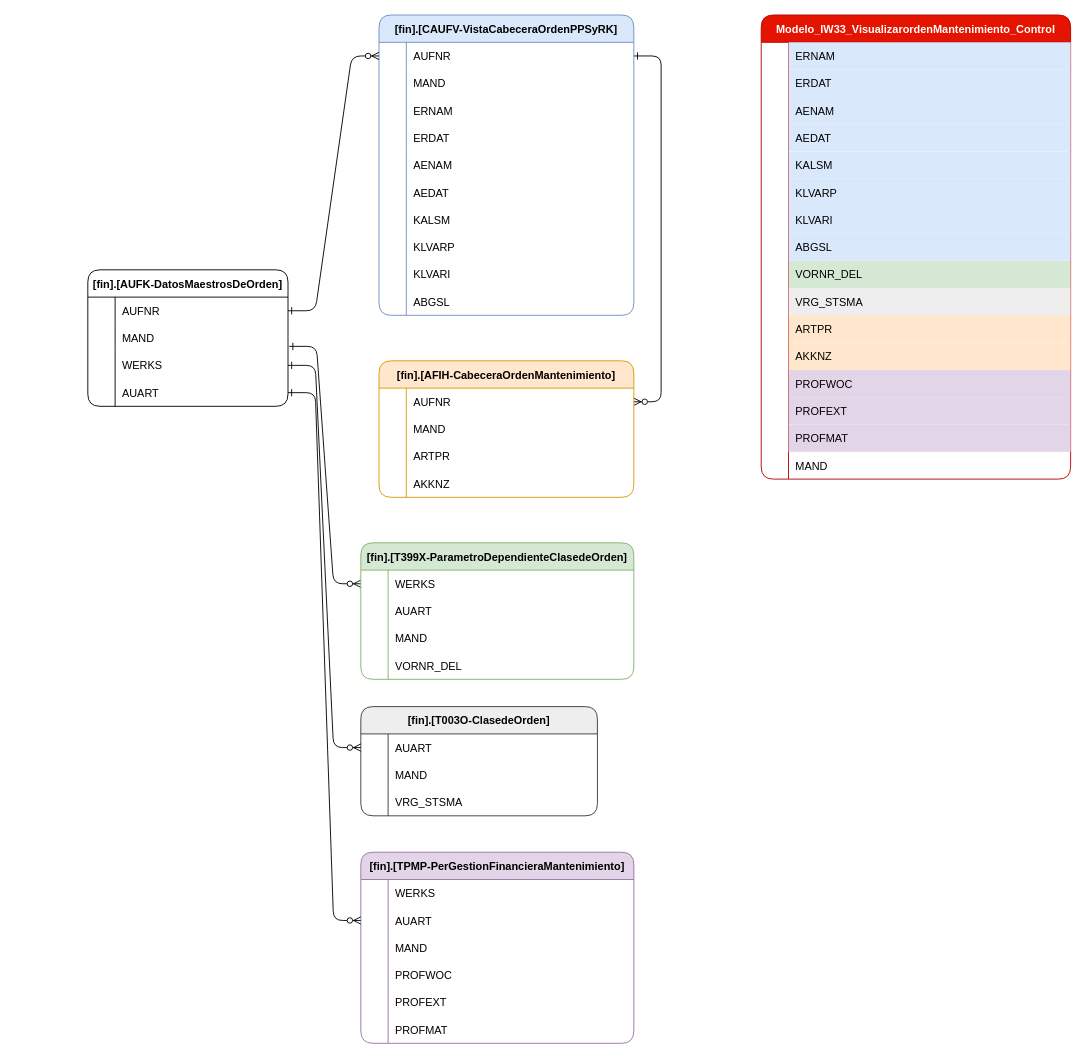
Above: IW33_Control.drawio in ale230131/ale230131 (draw.io), before the change. Source tidied: cells renumbered, new cells numbered last; positions are measured from the earlier drawing's top-left corner, leaving out a move shared by most shapes. Both pictures are drawn from the tidied source at 91%, with x=0, y=0 at pixel (87, 15).
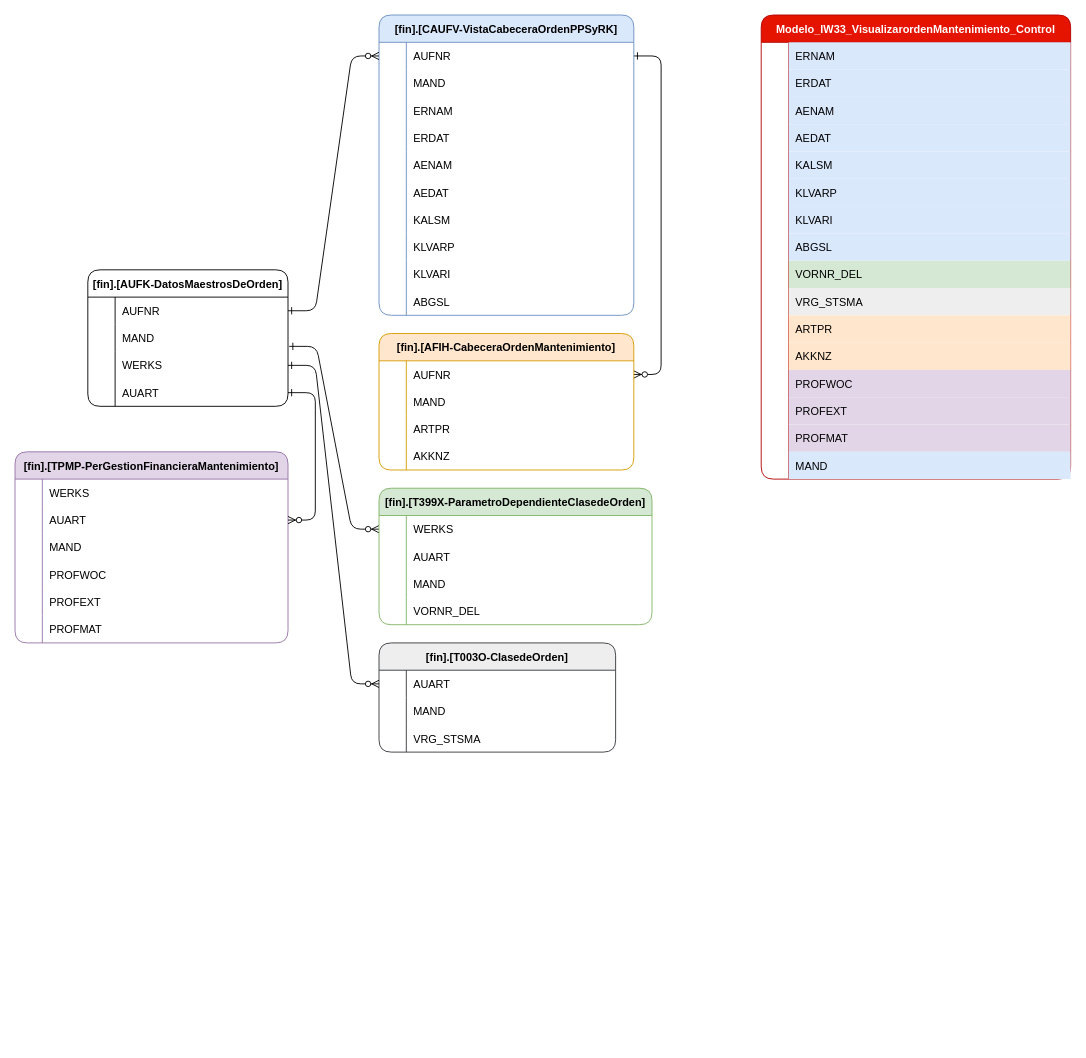
After the change.

Unchanged cells that the change refers to:
```xml
<mxCell id="50" style="shape=tableRow;horizontal=0;startSize=0;swimlaneHead=0;swimlaneBody=0;fillColor=none;strokeColor=inherit;top=0;left=0;right=0;bottom=0;" parent="4" vertex="1">
  <mxGeometry y="480" width="340" height="30" as="geometry" />
</mxCell>
<mxCell id="120" style="shape=tableRow;horizontal=0;startSize=0;swimlaneHead=0;swimlaneBody=0;fillColor=none;points=[[0,0.5],[1,0.5]];portConstraint=eastwest;strokeColor=inherit;top=0;left=0;right=0;bottom=0;" parent="110" vertex="1">
  <mxGeometry y="120" width="220" height="30" as="geometry" />
</mxCell>
<mxCell id="138" style="shape=tableRow;horizontal=0;startSize=0;swimlaneHead=0;swimlaneBody=0;fillColor=none;points=[[0,0.5],[1,0.5]];portConstraint=eastwest;strokeColor=inherit;top=0;left=0;right=0;bottom=0;rounded=1;" parent="134" vertex="1">
  <mxGeometry y="60" width="300" height="30" as="geometry" />
</mxCell>
```

The edit, as a diff of the source:
```diff
@@
-    <mxCell id="52" value="MAND" style="shape=partialRectangle;overflow=hidden;fillColor=none;align=left;strokeColor=inherit;top=0;left=0;bottom=0;right=0;spacingLeft=6;" parent="50" vertex="1">
+    <mxCell id="52" value="MAND" style="shape=partialRectangle;overflow=hidden;fillColor=#dae8fc;align=left;strokeColor=#6c8ebf;top=0;left=0;bottom=0;right=0;spacingLeft=6;" parent="50" vertex="1">
       <mxGeometry x="30" width="310" height="30" as="geometry" />
     </mxCell>
@@
     <mxCell id="84" value="[fin].[AFIH-CabeceraOrdenMantenimiento]" style="shape=table;startSize=30;childLayout=tableLayout;rowLines=0;fontStyle=1;align=center;fillColor=#ffe6cc;strokeColor=#d79b00;rounded=1;" parent="1" vertex="1">
-      <mxGeometry x="320" y="380" width="280" height="150" as="geometry" />
+      <mxGeometry x="320" y="350" width="280" height="150" as="geometry" />
     </mxCell>
@@
     <mxCell id="97" value="[fin].[T399X-ParametroDependienteClasedeOrden]" style="shape=table;startSize=30;childLayout=tableLayout;rowLines=0;fontStyle=1;align=center;rounded=1;fillColor=#d5e8d4;strokeColor=#82b366;" parent="1" vertex="1">
-      <mxGeometry x="300" y="580" width="300" height="150" as="geometry" />
+      <mxGeometry x="320" y="520" width="300" height="150" as="geometry" />
     </mxCell>
@@
     <mxCell id="124" value="[fin].[T003O-ClasedeOrden]" style="shape=table;startSize=30;childLayout=tableLayout;rowLines=0;fontStyle=1;align=center;fillColor=#eeeeee;strokeColor=#36393d;rounded=1;" parent="1" vertex="1">
-      <mxGeometry x="300" y="760" width="260" height="120" as="geometry" />
+      <mxGeometry x="320" y="690" width="260" height="120" as="geometry" />
     </mxCell>
@@
     <mxCell id="134" value="[fin].[TPMP-PerGestionFinancieraMantenimiento]" style="shape=table;startSize=30;childLayout=tableLayout;rowLines=0;fontStyle=1;align=center;rounded=1;fillColor=#e1d5e7;strokeColor=#9673a6;" parent="1" vertex="1">
-      <mxGeometry x="300" y="920" width="300" height="210" as="geometry" />
+      <mxGeometry x="-80" y="480" width="300" height="210" as="geometry" />
     </mxCell>
@@
-    <mxCell id="153" style="edgeStyle=entityRelationEdgeStyle;endArrow=ERzeroToMany;startArrow=ERone;endFill=1;startFill=0;exitX=1;exitY=0.5;exitDx=0;exitDy=0;entryX=0;entryY=0.5;entryDx=0;entryDy=0;" parent="1" edge="1" source="120" target="138">
+    <mxCell id="153" style="edgeStyle=entityRelationEdgeStyle;endArrow=ERzeroToMany;startArrow=ERone;endFill=1;startFill=0;exitX=1;exitY=0.5;exitDx=0;exitDy=0;entryX=1;entryY=0.5;entryDx=0;entryDy=0;" parent="1" edge="1" source="120" target="138">
       <mxGeometry relative="1" as="geometry" />
     </mxCell>
```
